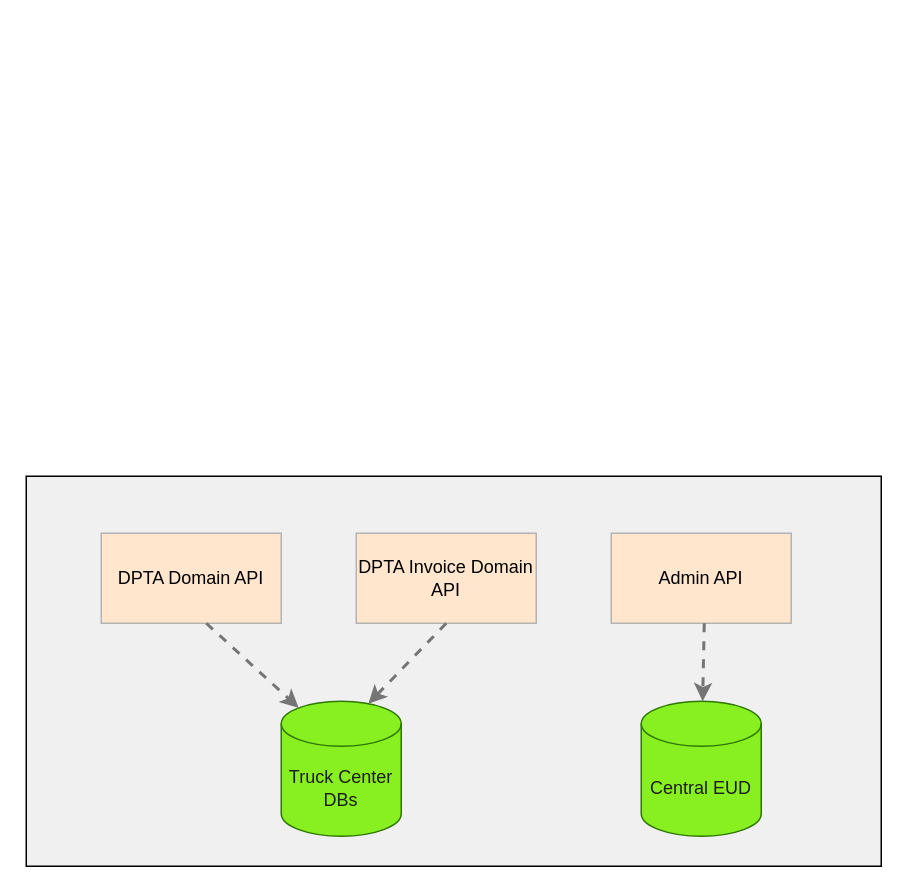
Before: new_architecture.drawio in zhangcaixia0526/zhangcaixia, a draw.io diagram. Source tidied: cells renumbered, new cells numbered last; positions are measured from the earlier drawing's top-left corner, leaving out a move shared by most shapes. Both pictures are drawn from the tidied source at 150%, with x=0, y=0 at pixel (26, 476).
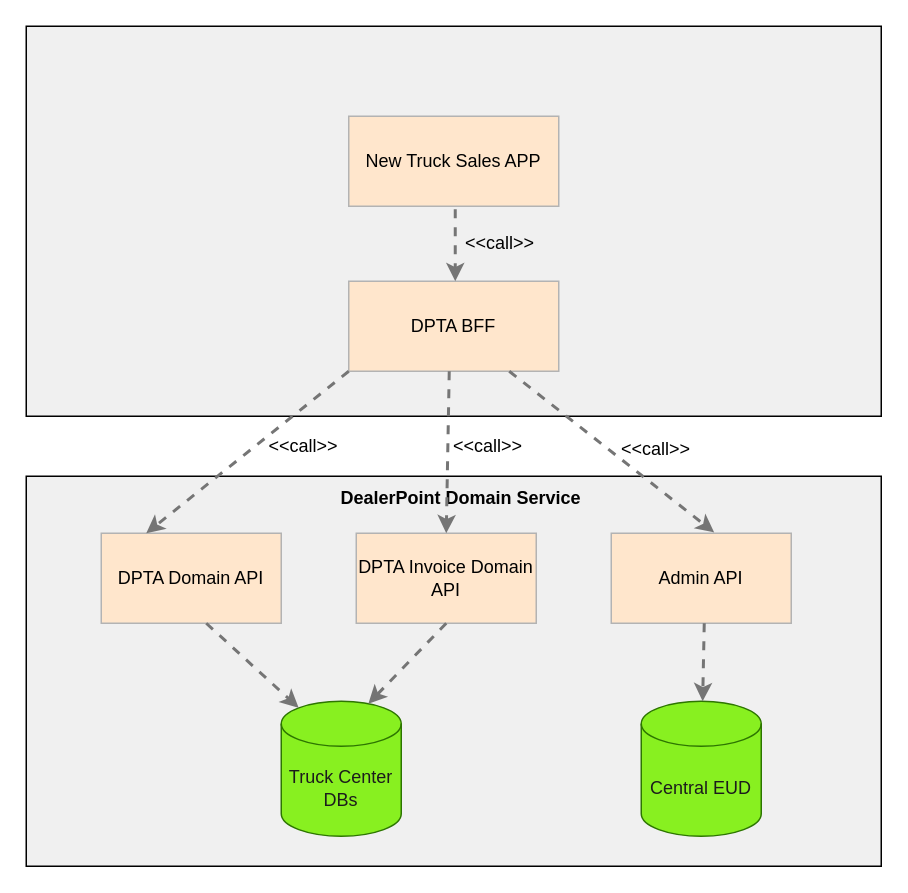
The same diagram, later.

The change refers to these unchanged cells:
```xml
<mxCell id="3" value="DPTA Domain API" style="rounded=0;whiteSpace=wrap;html=1;fillColor=#ffe6cc;strokeColor=#B3B3B3;" parent="1" vertex="1">
  <mxGeometry x="50" y="38" width="120" height="60" as="geometry" />
</mxCell>
<mxCell id="4" value="DPTA Invoice Domain API" style="rounded=0;whiteSpace=wrap;html=1;fillColor=#ffe6cc;strokeColor=#B3B3B3;" parent="1" vertex="1">
  <mxGeometry x="220" y="38" width="120" height="60" as="geometry" />
</mxCell>
<mxCell id="5" value="Admin API" style="rounded=0;whiteSpace=wrap;html=1;fillColor=#ffe6cc;strokeColor=#B3B3B3;" parent="1" vertex="1">
  <mxGeometry x="390" y="38" width="120" height="60" as="geometry" />
</mxCell>
```

Diff of the diagram source:
```diff
@@
+    <mxCell id="11" value="DealerPoint Domain Service" style="text;html=1;align=center;verticalAlign=middle;whiteSpace=wrap;rounded=0;fontStyle=1;" parent="1" vertex="1">
+      <mxGeometry x="170" width="240" height="30" as="geometry" />
+    </mxCell>
+    <mxCell id="12" style="rounded=0;whiteSpace=wrap;html=1;fillColor=#F0F0F0;" parent="1" vertex="1">
+      <mxGeometry y="-300" width="570" height="260" as="geometry" />
+    </mxCell>
+    <mxCell id="13" value="DPTA BFF" style="rounded=0;whiteSpace=wrap;html=1;fillColor=#ffe6cc;strokeColor=#B3B3B3;" parent="1" vertex="1">
+      <mxGeometry x="215" y="-130" width="140" height="60" as="geometry" />
+    </mxCell>
+    <mxCell id="14" value="New Truck Sales APP" style="rounded=0;whiteSpace=wrap;html=1;fillColor=#ffe6cc;strokeColor=#B3B3B3;" parent="1" vertex="1">
+      <mxGeometry x="215" y="-240" width="140" height="60" as="geometry" />
+    </mxCell>
+    <mxCell id="15" style="endArrow=classic;html=1;rounded=0;dashed=1;entryX=0.25;entryY=0;entryDx=0;entryDy=0;strokeColor=#757575;strokeWidth=2;" parent="1" edge="1" target="3">
+      <mxGeometry relative="1" as="geometry">
+        <mxPoint x="215" y="-70" as="sourcePoint" />
+      </mxGeometry>
+    </mxCell>
+    <mxCell id="16" style="endArrow=classic;html=1;rounded=0;dashed=1;entryX=0.5;entryY=0;entryDx=0;entryDy=0;strokeColor=#757575;strokeWidth=2;" parent="1" edge="1" target="4">
+      <mxGeometry relative="1" as="geometry">
+        <mxPoint x="282" y="-70" as="sourcePoint" />
+      </mxGeometry>
+    </mxCell>
+    <mxCell id="17" style="endArrow=classic;html=1;rounded=0;dashed=1;entryX=0.572;entryY=-0.009;entryDx=0;entryDy=0;entryPerimeter=0;strokeColor=#757575;strokeWidth=2;" parent="1" edge="1" target="5">
+      <mxGeometry relative="1" as="geometry">
+        <mxPoint x="322" y="-70" as="sourcePoint" />
+      </mxGeometry>
+    </mxCell>
+    <mxCell id="18" value="&amp;lt;&amp;lt;call&amp;gt;&amp;gt;" style="text;html=1;align=center;verticalAlign=middle;whiteSpace=wrap;rounded=0;" parent="1" vertex="1">
+      <mxGeometry x="155" y="-35" width="60" height="30" as="geometry" />
+    </mxCell>
+    <mxCell id="19" value="&amp;lt;&amp;lt;call&amp;gt;&amp;gt;" style="text;html=1;align=center;verticalAlign=middle;whiteSpace=wrap;rounded=0;" parent="1" vertex="1">
+      <mxGeometry x="278" y="-35" width="60" height="30" as="geometry" />
+    </mxCell>
+    <mxCell id="20" value="&amp;lt;&amp;lt;call&amp;gt;&amp;gt;" style="text;html=1;align=center;verticalAlign=middle;whiteSpace=wrap;rounded=0;" parent="1" vertex="1">
+      <mxGeometry x="390" y="-33" width="60" height="30" as="geometry" />
+    </mxCell>
+    <mxCell id="21" style="endArrow=classic;html=1;rounded=0;dashed=1;strokeColor=#757575;strokeWidth=2;" parent="1" edge="1">
+      <mxGeometry relative="1" as="geometry">
+        <mxPoint x="286" y="-178" as="sourcePoint" />
+        <mxPoint x="286" y="-130" as="targetPoint" />
+      </mxGeometry>
+    </mxCell>
+    <mxCell id="22" value="&amp;lt;&amp;lt;call&amp;gt;&amp;gt;" style="text;html=1;align=center;verticalAlign=middle;whiteSpace=wrap;rounded=0;" parent="1" vertex="1">
+      <mxGeometry x="286" y="-170" width="60" height="30" as="geometry" />
+    </mxCell>
```
